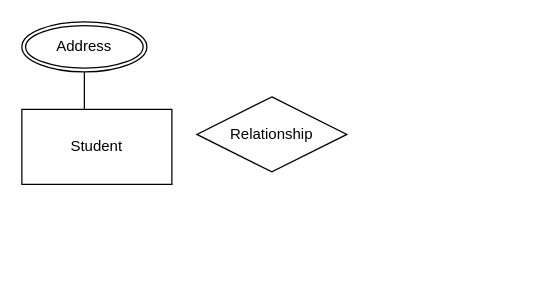
Earlier version of the draw.io diagram week3/part1/1/CodeCampXI.drawio (Nathat/Homework_codcamp_4). Source tidied: cells renumbered, new cells numbered last; positions are measured from the earlier drawing's top-left corner, leaving out a move shared by most shapes. Both pictures are drawn from the tidied source at 125%, with x=0, y=0 at pixel (21, 21).
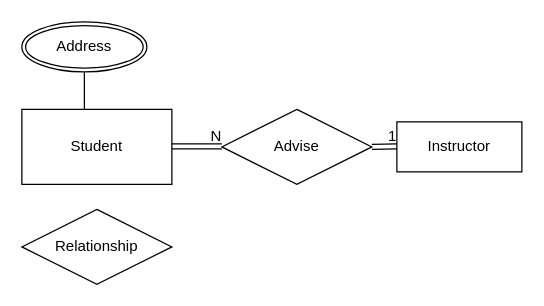
The same page after the edit.

Change to the diagram source:
```diff
@@
 <mxGraphModel>
   <root>
     <mxCell id="0" />
     <mxCell id="1" parent="0" />
     <mxCell id="2" value="Student" style="rounded=0;whiteSpace=wrap;html=1;" parent="1" vertex="1">
       <mxGeometry y="70" width="120" height="60" as="geometry" />
     </mxCell>
     <mxCell id="3" value="Address" style="ellipse;shape=doubleEllipse;margin=3;whiteSpace=wrap;html=1;align=center;strokeColor=#000000;" parent="1" vertex="1">
       <mxGeometry width="100" height="40" as="geometry" />
     </mxCell>
     <mxCell id="4" style="endArrow=none;html=1;rounded=0;" parent="1" edge="1">
       <mxGeometry relative="1" as="geometry">
         <mxPoint x="50" y="40" as="sourcePoint" />
         <mxPoint x="50" y="70" as="targetPoint" />
       </mxGeometry>
     </mxCell>
-    <mxCell id="5" value="Relationship" style="shape=rhombus;perimeter=rhombusPerimeter;whiteSpace=wrap;html=1;align=center;strokeColor=#000000;" parent="1" vertex="1">
-      <mxGeometry x="140" y="60" width="120" height="60" as="geometry" />
+    <mxCell id="5" value="Advise" style="shape=rhombus;perimeter=rhombusPerimeter;whiteSpace=wrap;html=1;align=center;strokeColor=#000000;" parent="1" vertex="1">
+      <mxGeometry x="160" y="70" width="120" height="60" as="geometry" />
     </mxCell>
+    <mxCell id="6" value="Instructor" style="whiteSpace=wrap;html=1;align=center;strokeColor=#000000;" parent="1" vertex="1">
+      <mxGeometry x="300" y="80" width="100" height="40" as="geometry" />
+    </mxCell>
+    <mxCell id="7" style="shape=link;html=1;rounded=0;" parent="1" edge="1">
+      <mxGeometry relative="1" as="geometry">
+        <mxPoint x="120" y="99.5" as="sourcePoint" />
+        <mxPoint x="160" y="99.5" as="targetPoint" />
+      </mxGeometry>
+    </mxCell>
+    <mxCell id="8" value="N" style="html=1;align=right;verticalAlign=bottom;" parent="7" vertex="1">
+      <mxGeometry x="1" relative="1" as="geometry" />
+    </mxCell>
+    <mxCell id="9" style="shape=link;html=1;rounded=0;" parent="1" edge="1">
+      <mxGeometry relative="1" as="geometry">
+        <mxPoint x="280" y="100" as="sourcePoint" />
+        <mxPoint x="300" y="99.6" as="targetPoint" />
+      </mxGeometry>
+    </mxCell>
+    <mxCell id="10" value="1" style="html=1;align=right;verticalAlign=bottom;" parent="9" vertex="1">
+      <mxGeometry x="1" relative="1" as="geometry" />
+    </mxCell>
+    <mxCell id="11" value="Relationship" style="shape=rhombus;perimeter=rhombusPerimeter;whiteSpace=wrap;html=1;align=center;strokeColor=#000000;" parent="1" vertex="1">
+      <mxGeometry y="150" width="120" height="60" as="geometry" />
+    </mxCell>
   </root>
 </mxGraphModel>
```
